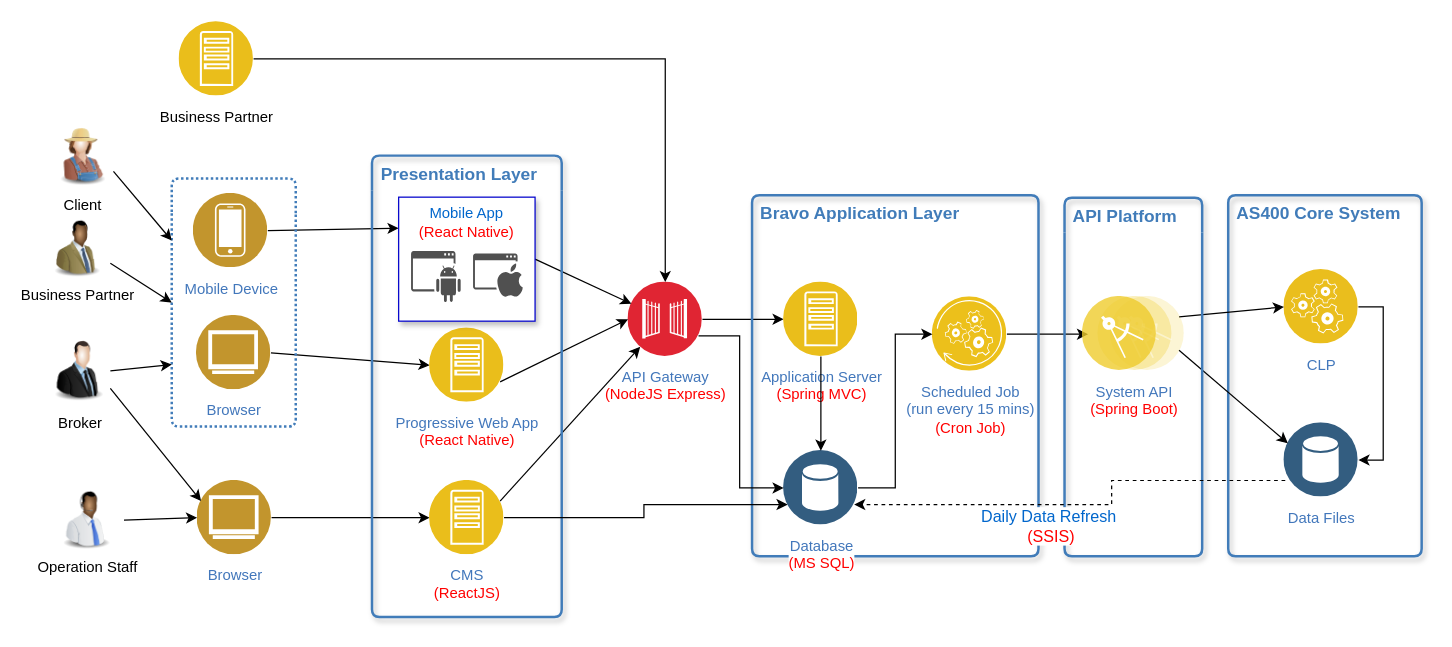
Before: page "Logical Component" (1 of 2) of Bravo_Architecture (8).drawio in whalebig27/change-request-process-diagram, a draw.io diagram. Source tidied: cells renumbered, new cells numbered last; positions are measured from the earlier drawing's top-left corner, leaving out a move shared by most shapes. Both pictures are drawn from the tidied source at 124%, with x=0, y=0 at pixel (45, 21).
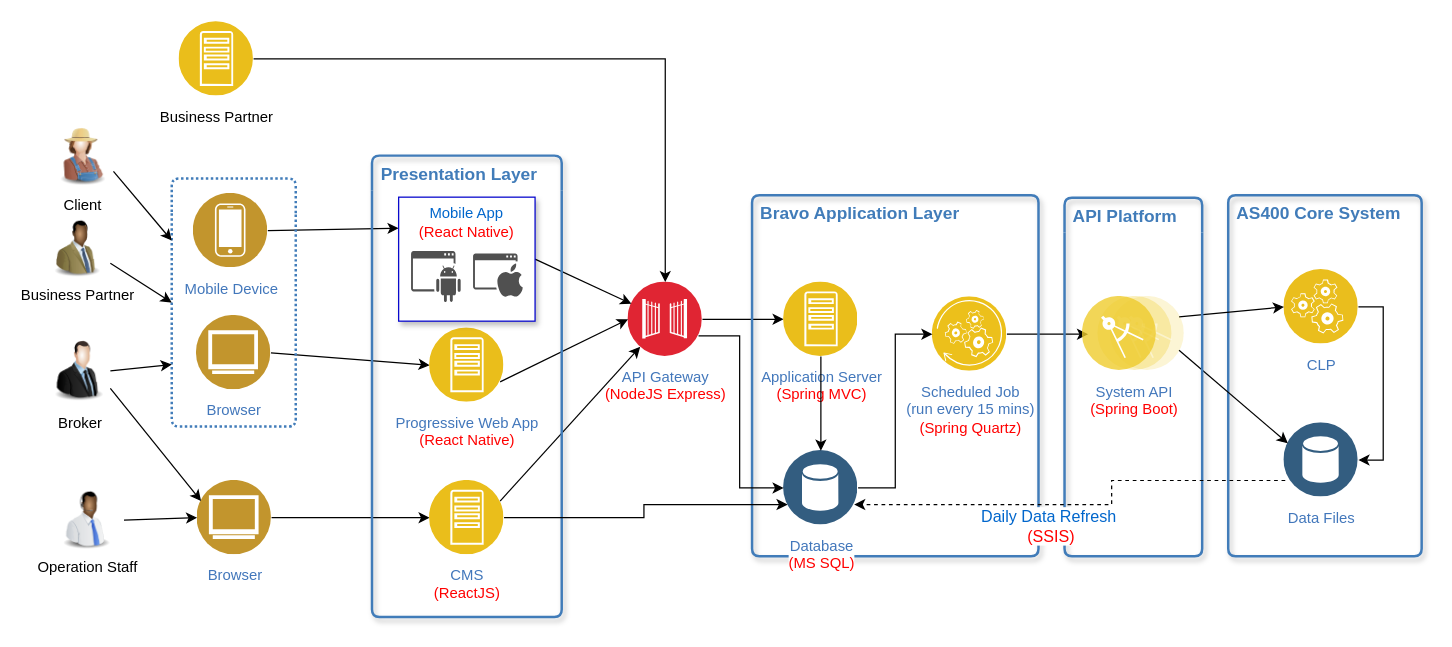
Above is the later version.

Unchanged cells that the change refers to:
```xml
<mxCell id="33" value="&lt;b&gt;&lt;font style=&quot;font-size: 14px&quot;&gt;Bravo Application Layer&lt;/font&gt;&lt;/b&gt;" style="swimlane;fontStyle=0;horizontal=1;startSize=28;swimlaneLine=0;swimlaneFillColor=none;fillColor=none;rounded=1;whiteSpace=wrap;html=1;absoluteArcSize=1;arcSize=12;strokeColor=#417CB9;fontColor=#417CB9;verticalAlign=top;align=left;spacingLeft=5;dashed=0;strokeWidth=2;shadow=1;" parent="1" vertex="1">
  <mxGeometry x="570" y="140" width="231" height="291" as="geometry" />
</mxCell>
```

Change to the diagram source:
```diff
@@
-    <mxCell id="37" value="Scheduled Job &lt;br&gt;(run every 15 mins)&lt;br&gt;&lt;font color=&quot;#ff0000&quot;&gt;(Cron Job)&lt;/font&gt;&lt;br&gt;" style="perimeter=ellipsePerimeter;html=1;align=center;shadow=0;dashed=0;fontColor=#4277BB;labelBackgroundColor=#ffffff;fontSize=12;spacingTop=3;image;image=img/lib/ibm/applications/api_polyglot_runtimes.svg;strokeColor=#0000CC;strokeWidth=1;" parent="33" vertex="1">
+    <mxCell id="37" value="Scheduled Job &lt;br&gt;(run every 15 mins)&lt;br&gt;&lt;font color=&quot;#ff0000&quot;&gt;(Spring Quartz)&lt;/font&gt;&lt;br&gt;" style="perimeter=ellipsePerimeter;html=1;align=center;shadow=0;dashed=0;fontColor=#4277BB;labelBackgroundColor=#ffffff;fontSize=12;spacingTop=3;image;image=img/lib/ibm/applications/api_polyglot_runtimes.svg;strokeColor=#0000CC;strokeWidth=1;" parent="33" vertex="1">
       <mxGeometry x="145.5" y="82" width="60" height="60" as="geometry" />
     </mxCell>
```
